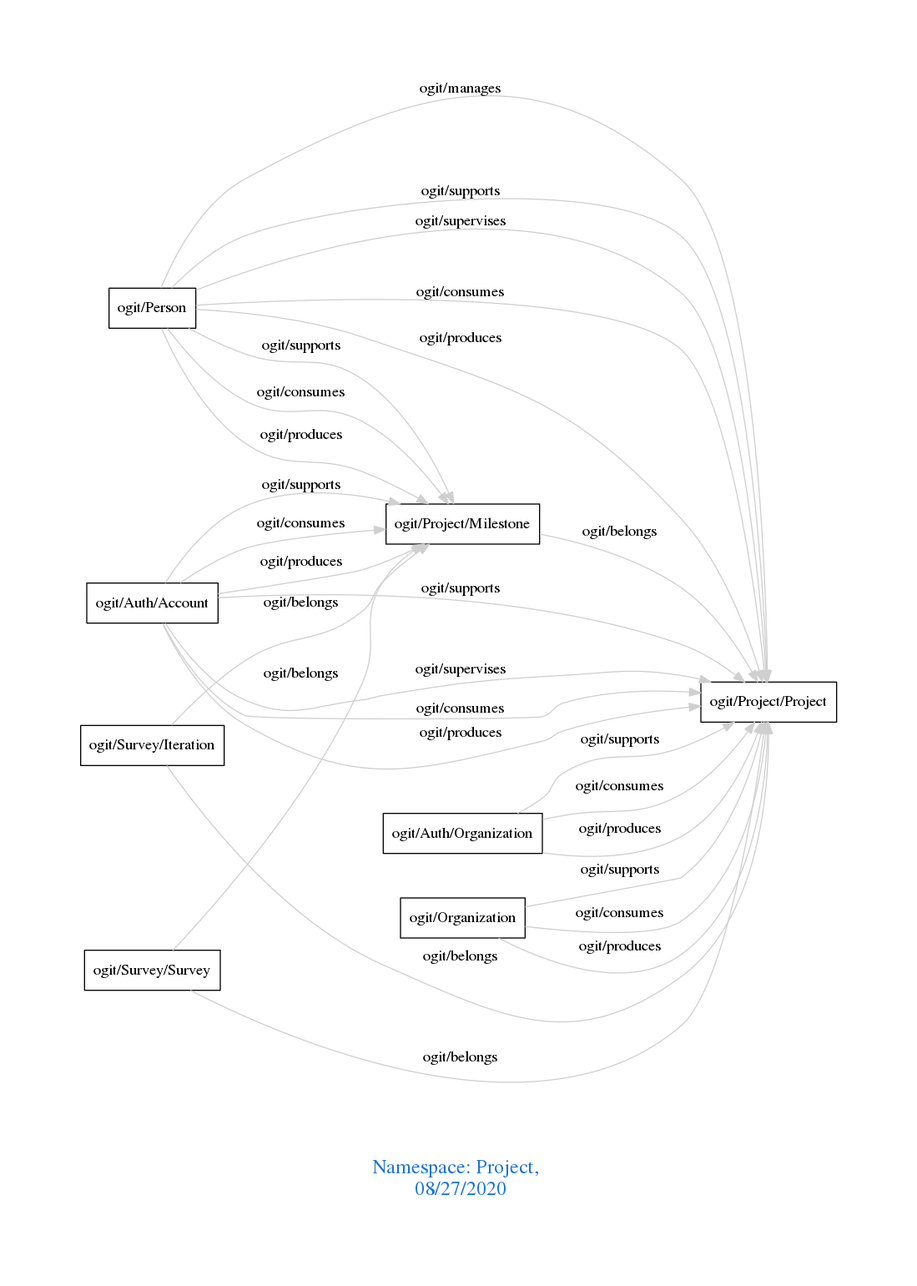
Before: downloads/Project.png, a diagram exported from Graphviz (arago/OGIT). Its source is kept beside it as downloads/Project.dot. The source it was exported from:
```dot
digraph OGIT_ontology {
 graph [ rankdir= LR,pad=1
fontsize = 18,
fontcolor= dodgerblue3,label = "\n\n\nNamespace: Project, \n 08/27/2020"];
node[shape=polygon];
edge [  color="gray81"];

   "ogit/Person" -> "ogit/Project/Project" [label="   ogit/manages    "];
   "ogit/Auth/Account" -> "ogit/Project/Milestone" [label="   ogit/supports    "];
   "ogit/Auth/Account" -> "ogit/Project/Project" [label="   ogit/supports    "];
   "ogit/Auth/Organization" -> "ogit/Project/Project" [label="   ogit/supports    "];
   "ogit/Organization" -> "ogit/Project/Project" [label="   ogit/supports    "];
   "ogit/Person" -> "ogit/Project/Milestone" [label="   ogit/supports    "];
   "ogit/Person" -> "ogit/Project/Project" [label="   ogit/supports    "];
   "ogit/Auth/Account" -> "ogit/Project/Project" [label="   ogit/supervises    "];
   "ogit/Person" -> "ogit/Project/Project" [label="   ogit/supervises    "];
   "ogit/Auth/Account" -> "ogit/Project/Milestone" [label="   ogit/consumes    "];
   "ogit/Auth/Account" -> "ogit/Project/Project" [label="   ogit/consumes    "];
   "ogit/Auth/Organization" -> "ogit/Project/Project" [label="   ogit/consumes    "];
   "ogit/Organization" -> "ogit/Project/Project" [label="   ogit/consumes    "];
   "ogit/Person" -> "ogit/Project/Milestone" [label="   ogit/consumes    "];
   "ogit/Person" -> "ogit/Project/Project" [label="   ogit/consumes    "];
   "ogit/Auth/Account" -> "ogit/Project/Milestone" [label="   ogit/produces    "];
   "ogit/Auth/Account" -> "ogit/Project/Project" [label="   ogit/produces    "];
   "ogit/Auth/Organization" -> "ogit/Project/Project" [label="   ogit/produces    "];
   "ogit/Organization" -> "ogit/Project/Project" [label="   ogit/produces    "];
   "ogit/Person" -> "ogit/Project/Milestone" [label="   ogit/produces    "];
   "ogit/Person" -> "ogit/Project/Project" [label="   ogit/produces    "];
   "ogit/Project/Milestone" -> "ogit/Project/Project" [label="   ogit/belongs    "];
   "ogit/Survey/Iteration" -> "ogit/Project/Milestone" [label="   ogit/belongs    "];
   "ogit/Survey/Iteration" -> "ogit/Project/Project" [label="   ogit/belongs    "];
   "ogit/Survey/Survey" -> "ogit/Project/Milestone" [label="   ogit/belongs    "];
   "ogit/Survey/Survey" -> "ogit/Project/Project" [label="   ogit/belongs    "];
}
```
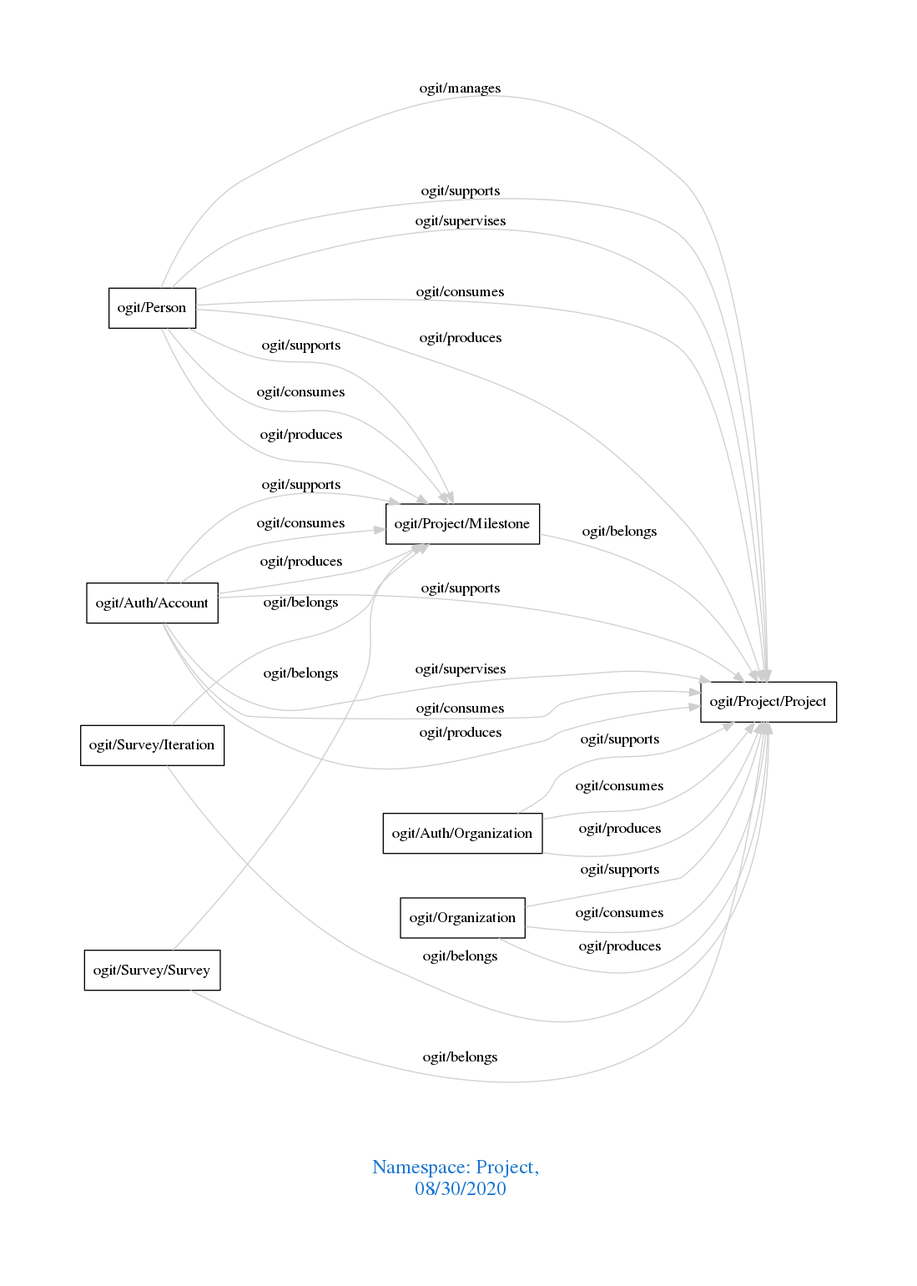
Later version of the same file.

What changed in the source:
```diff
@@ -1,7 +1,7 @@
 digraph OGIT_ontology {
  graph [ rankdir= LR,pad=1
 fontsize = 18,
-fontcolor= dodgerblue3,label = "\n\n\nNamespace: Project, \n 08/27/2020"];
+fontcolor= dodgerblue3,label = "\n\n\nNamespace: Project, \n 08/30/2020"];
 node[shape=polygon];
 edge [  color="gray81"];
 
```
